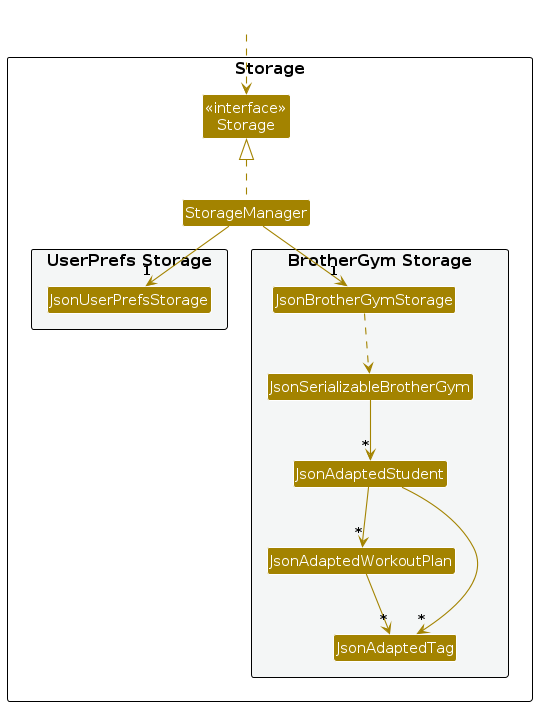
Above: diagrams/StorageClassDiagram.png in AY2627S1-CS2103T-T11-4/tp (PlantUML), before the change. Its source is kept beside it as diagrams/StorageClassDiagram.puml.
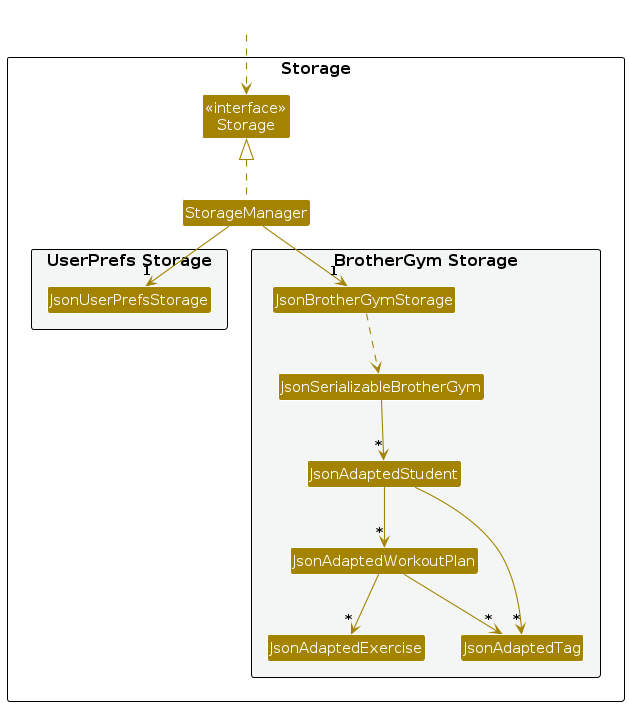
The same diagram one commit later.

Change to the diagram source:
```diff
@@ -18,6 +18,7 @@
 Class JsonSerializableBrotherGym
 Class JsonAdaptedStudent
 Class JsonAdaptedWorkoutPlan
+Class JsonAdaptedExercise
 Class JsonAdaptedTag
 }
 
@@ -34,6 +35,7 @@
 JsonSerializableBrotherGym --> "*" JsonAdaptedStudent
 JsonAdaptedStudent --> "*" JsonAdaptedTag
 JsonAdaptedStudent --> "*" JsonAdaptedWorkoutPlan
+JsonAdaptedWorkoutPlan --> "*" JsonAdaptedExercise
 JsonAdaptedWorkoutPlan --> "*" JsonAdaptedTag
 
 @enduml
```
